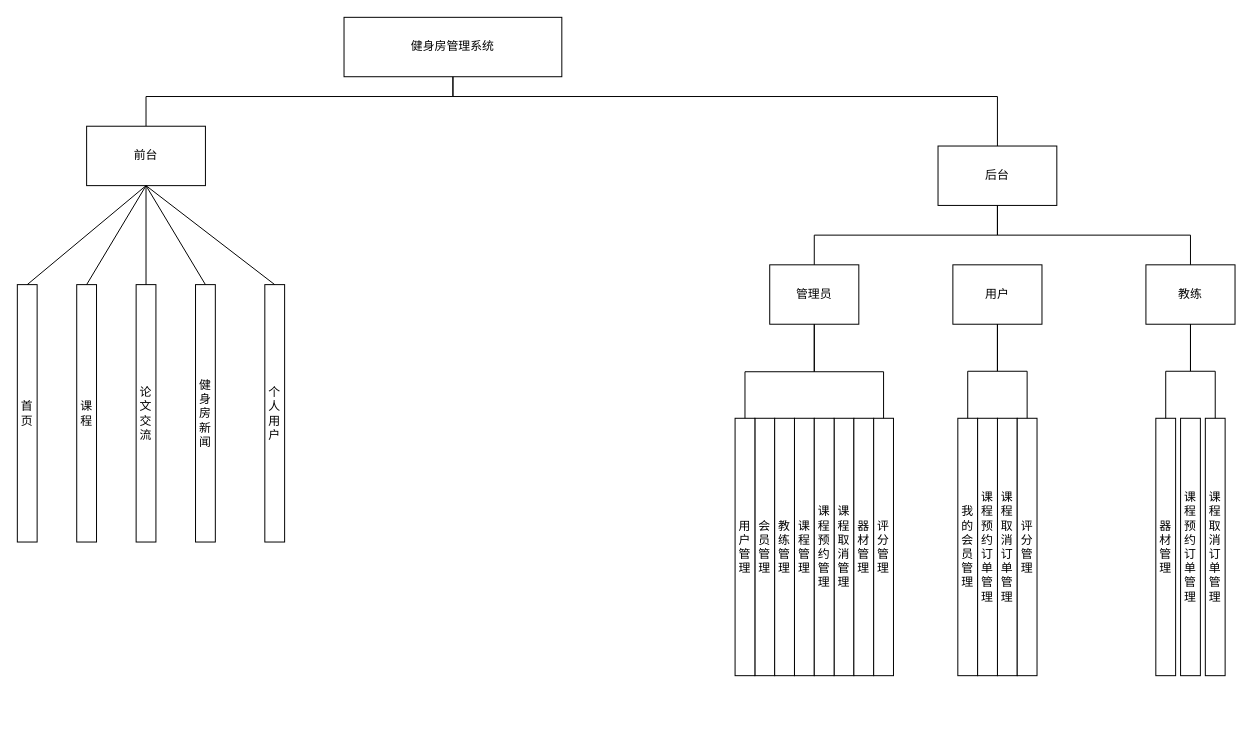
Before: 未命名绘图.drawio in zcb333/front-end-interview, a draw.io diagram. Source tidied: cells renumbered, new cells numbered last; positions are measured from the earlier drawing's top-left corner, leaving out a move shared by most shapes. Both pictures are drawn from the tidied source at 99%, with x=0, y=0 at pixel (17, 17).
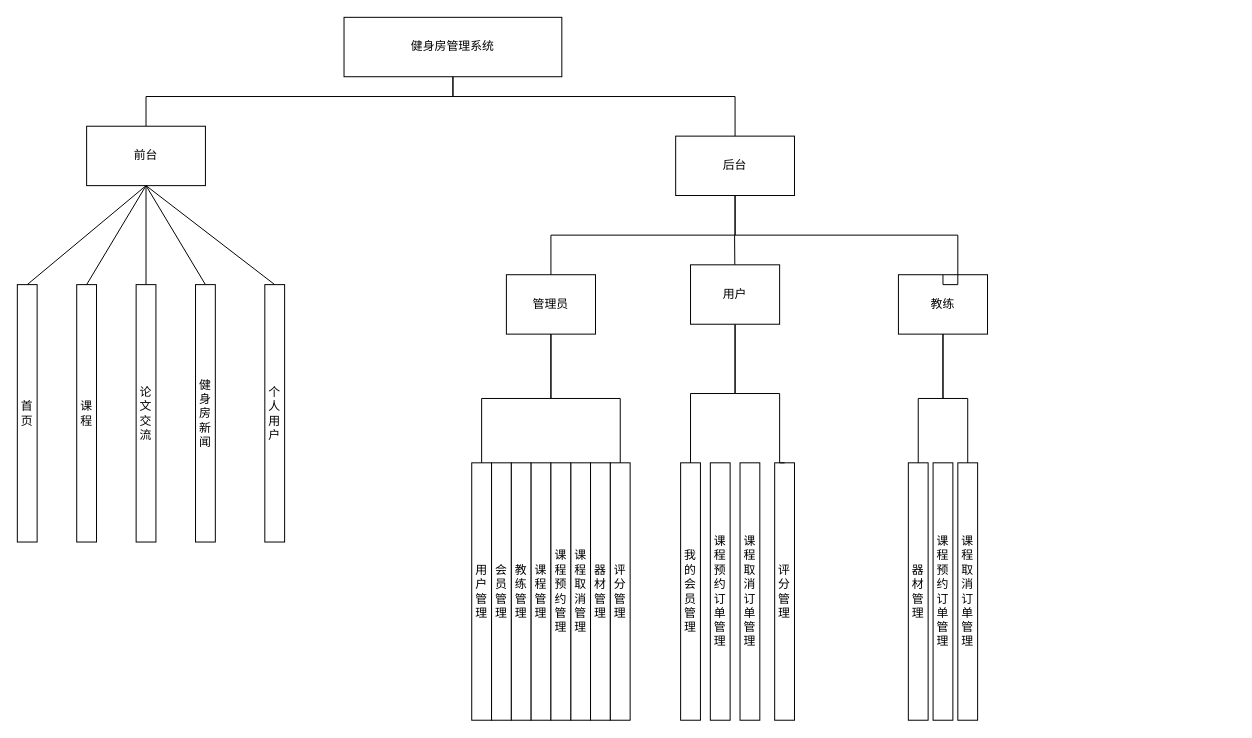
Above is the later version.

Commit message:
更新未命名绘图.drawio

Change to the diagram source:
```diff
@@
     <mxCell id="5" value="后台" style="rounded=0;whiteSpace=wrap;html=1;" parent="1" vertex="1">
-      <mxGeometry x="930" y="130" width="120" height="60" as="geometry" />
+      <mxGeometry x="665" y="120" width="120" height="60" as="geometry" />
     </mxCell>
     <mxCell id="6" style="endArrow=none;html=1;rounded=0;entryX=0.5;entryY=0;entryDx=0;entryDy=0;edgeStyle=orthogonalEdgeStyle;endFill=0;" parent="1" edge="1" target="5">
       <mxGeometry relative="1" as="geometry">
         <mxPoint x="440" y="60" as="sourcePoint" />
         <Array as="points">
           <mxPoint x="440" y="80" />
-          <mxPoint x="990" y="80" />
+          <mxPoint x="725" y="80" />
         </Array>
       </mxGeometry>
     </mxCell>
@@
     <mxCell id="17" value="管理员" style="rounded=0;whiteSpace=wrap;html=1;" parent="1" vertex="1">
-      <mxGeometry x="760" y="250" width="90" height="60" as="geometry" />
+      <mxGeometry x="494" y="260" width="90" height="60" as="geometry" />
     </mxCell>
-    <mxCell id="18" value="用户" style="rounded=0;whiteSpace=wrap;html=1;" parent="1" vertex="1">
-      <mxGeometry x="945" y="250" width="90" height="60" as="geometry" />
-    </mxCell>
     <mxCell id="19" value="教练" style="rounded=0;whiteSpace=wrap;html=1;" parent="1" vertex="1">
-      <mxGeometry x="1140" y="250" width="90" height="60" as="geometry" />
+      <mxGeometry x="890" y="260" width="90" height="60" as="geometry" />
     </mxCell>
     <mxCell id="20" value="会员管理" style="rounded=0;whiteSpace=wrap;html=1;" parent="1" vertex="1">
-      <mxGeometry x="745" y="405" width="20" height="260" as="geometry" />
+      <mxGeometry x="479" y="450" width="20" height="260" as="geometry" />
     </mxCell>
     <mxCell id="21" value="用户管理" style="rounded=0;whiteSpace=wrap;html=1;" parent="1" vertex="1">
-      <mxGeometry x="725" y="405" width="20" height="260" as="geometry" />
+      <mxGeometry x="459" y="450" width="20" height="260" as="geometry" />
     </mxCell>
     <mxCell id="22" value="教练管理" style="rounded=0;whiteSpace=wrap;html=1;" parent="1" vertex="1">
-      <mxGeometry x="765" y="405" width="20" height="260" as="geometry" />
+      <mxGeometry x="499" y="450" width="20" height="260" as="geometry" />
     </mxCell>
     <mxCell id="23" value="课程管理" style="rounded=0;whiteSpace=wrap;html=1;" parent="1" vertex="1">
-      <mxGeometry x="785" y="405" width="20" height="260" as="geometry" />
+      <mxGeometry x="519" y="450" width="20" height="260" as="geometry" />
     </mxCell>
     <mxCell id="24" value="课程取消管理" style="rounded=0;whiteSpace=wrap;html=1;" parent="1" vertex="1">
-      <mxGeometry x="825" y="405" width="20" height="260" as="geometry" />
+      <mxGeometry x="559" y="450" width="20" height="260" as="geometry" />
     </mxCell>
     <mxCell id="25" value="课程预约管理" style="rounded=0;whiteSpace=wrap;html=1;" parent="1" vertex="1">
-      <mxGeometry x="805" y="405" width="20" height="260" as="geometry" />
+      <mxGeometry x="539" y="450" width="20" height="260" as="geometry" />
     </mxCell>
     <mxCell id="26" value="器材管理" style="rounded=0;whiteSpace=wrap;html=1;" parent="1" vertex="1">
-      <mxGeometry x="845" y="405" width="20" height="260" as="geometry" />
+      <mxGeometry x="579" y="450" width="20" height="260" as="geometry" />
     </mxCell>
     <mxCell id="27" value="评分管理" style="rounded=0;whiteSpace=wrap;html=1;" parent="1" vertex="1">
-      <mxGeometry x="865" y="405" width="20" height="260" as="geometry" />
+      <mxGeometry x="599" y="450" width="20" height="260" as="geometry" />
     </mxCell>
-    <mxCell id="28" style="endArrow=none;html=1;rounded=0;entryX=0.5;entryY=1;entryDx=0;entryDy=0;exitX=0.5;exitY=0;exitDx=0;exitDy=0;edgeStyle=orthogonalEdgeStyle;" parent="1" edge="1" source="21" target="17">
-      <mxGeometry relative="1" as="geometry">
-        <Array as="points">
-          <mxPoint x="735" y="358" />
-          <mxPoint x="805" y="358" />
-        </Array>
-      </mxGeometry>
-    </mxCell>
@@
-    <mxCell id="30" style="endArrow=none;html=1;rounded=0;entryX=0.5;entryY=1;entryDx=0;entryDy=0;exitX=0.5;exitY=0;exitDx=0;exitDy=0;edgeStyle=orthogonalEdgeStyle;" parent="1" edge="1" source="27" target="17">
-      <mxGeometry relative="1" as="geometry">
-        <Array as="points">
-          <mxPoint x="875" y="358" />
-          <mxPoint x="805" y="358" />
-        </Array>
-      </mxGeometry>
-    </mxCell>
     <mxCell id="31" style="endArrow=none;html=1;rounded=0;entryX=0.5;entryY=1;entryDx=0;entryDy=0;exitX=0.5;exitY=0;exitDx=0;exitDy=0;edgeStyle=orthogonalEdgeStyle;" parent="1" edge="1" source="19" target="5">
-      <mxGeometry relative="1" as="geometry" />
+      <mxGeometry relative="1" as="geometry">
+        <Array as="points">
+          <mxPoint x="950" y="270" />
+          <mxPoint x="950" y="220" />
+          <mxPoint x="725" y="220" />
+        </Array>
+      </mxGeometry>
     </mxCell>
     <mxCell id="32" value="课程取消订单管理" style="rounded=0;whiteSpace=wrap;html=1;" parent="1" vertex="1">
-      <mxGeometry x="990" y="405" width="20" height="260" as="geometry" />
+      <mxGeometry x="730" y="450" width="20" height="260" as="geometry" />
     </mxCell>
     <mxCell id="33" value="我的会员管理" style="rounded=0;whiteSpace=wrap;html=1;" parent="1" vertex="1">
-      <mxGeometry x="950" y="405" width="20" height="260" as="geometry" />
+      <mxGeometry x="670" y="450" width="20" height="260" as="geometry" />
     </mxCell>
     <mxCell id="34" value="课程预约订单管理" style="rounded=0;whiteSpace=wrap;html=1;" parent="1" vertex="1">
-      <mxGeometry x="970" y="405" width="20" height="260" as="geometry" />
+      <mxGeometry x="700" y="450" width="20" height="260" as="geometry" />
     </mxCell>
     <mxCell id="35" value="评分管理" style="rounded=0;whiteSpace=wrap;html=1;" parent="1" vertex="1">
-      <mxGeometry x="1010" y="405" width="20" height="260" as="geometry" />
+      <mxGeometry x="765" y="450" width="20" height="260" as="geometry" />
     </mxCell>
     <mxCell id="36" value="课程预约订单管理" style="rounded=0;whiteSpace=wrap;html=1;" parent="1" vertex="1">
-      <mxGeometry x="1175" y="405" width="20" height="260" as="geometry" />
+      <mxGeometry x="925" y="450" width="20" height="260" as="geometry" />
     </mxCell>
     <mxCell id="37" value="器材管理" style="rounded=0;whiteSpace=wrap;html=1;" parent="1" vertex="1">
-      <mxGeometry x="1150" y="405" width="20" height="260" as="geometry" />
+      <mxGeometry x="900" y="450" width="20" height="260" as="geometry" />
     </mxCell>
     <mxCell id="38" value="课程取消订单管理" style="rounded=0;whiteSpace=wrap;html=1;" parent="1" vertex="1">
-      <mxGeometry x="1200" y="405" width="20" height="260" as="geometry" />
+      <mxGeometry x="950" y="450" width="20" height="260" as="geometry" />
     </mxCell>
@@
     <mxCell id="40" style="endArrow=none;html=1;rounded=0;entryX=0.5;entryY=1;entryDx=0;entryDy=0;exitX=0.5;exitY=0;exitDx=0;exitDy=0;exitPerimeter=0;edgeStyle=orthogonalEdgeStyle;" parent="1" edge="1" source="35" target="18">
-      <mxGeometry relative="1" as="geometry" />
+      <mxGeometry relative="1" as="geometry">
+        <Array as="points">
+          <mxPoint x="770" y="450" />
+          <mxPoint x="770" y="380" />
+          <mxPoint x="725" y="380" />
+        </Array>
+      </mxGeometry>
     </mxCell>
@@
+    <mxCell id="28" style="endArrow=none;html=1;rounded=0;entryX=0.5;entryY=1;entryDx=0;entryDy=0;exitX=0.5;exitY=0;exitDx=0;exitDy=0;edgeStyle=orthogonalEdgeStyle;" parent="1" edge="1" source="21" target="17">
+      <mxGeometry relative="1" as="geometry" />
+    </mxCell>
+    <mxCell id="30" style="endArrow=none;html=1;rounded=0;entryX=0.5;entryY=1;entryDx=0;entryDy=0;exitX=0.5;exitY=0;exitDx=0;exitDy=0;edgeStyle=orthogonalEdgeStyle;" parent="1" edge="1" source="27" target="17">
+      <mxGeometry relative="1" as="geometry" />
+    </mxCell>
+    <mxCell id="43" style="endArrow=none;html=1;rounded=0;" parent="1" edge="1" source="18">
+      <mxGeometry relative="1" as="geometry">
+        <mxPoint x="724.5" y="220" as="targetPoint" />
+      </mxGeometry>
+    </mxCell>
+    <mxCell id="44" style="endArrow=none;html=1;rounded=0;" parent="1" edge="1" target="18">
+      <mxGeometry relative="1" as="geometry">
+        <mxPoint x="724.5" y="270" as="sourcePoint" />
+        <Array as="points">
+          <mxPoint x="724.5" y="250" />
+        </Array>
+      </mxGeometry>
+    </mxCell>
+    <mxCell id="18" value="用户" style="rounded=0;whiteSpace=wrap;html=1;" parent="1" vertex="1">
+      <mxGeometry x="680" y="250" width="90" height="60" as="geometry" />
+    </mxCell>
```
